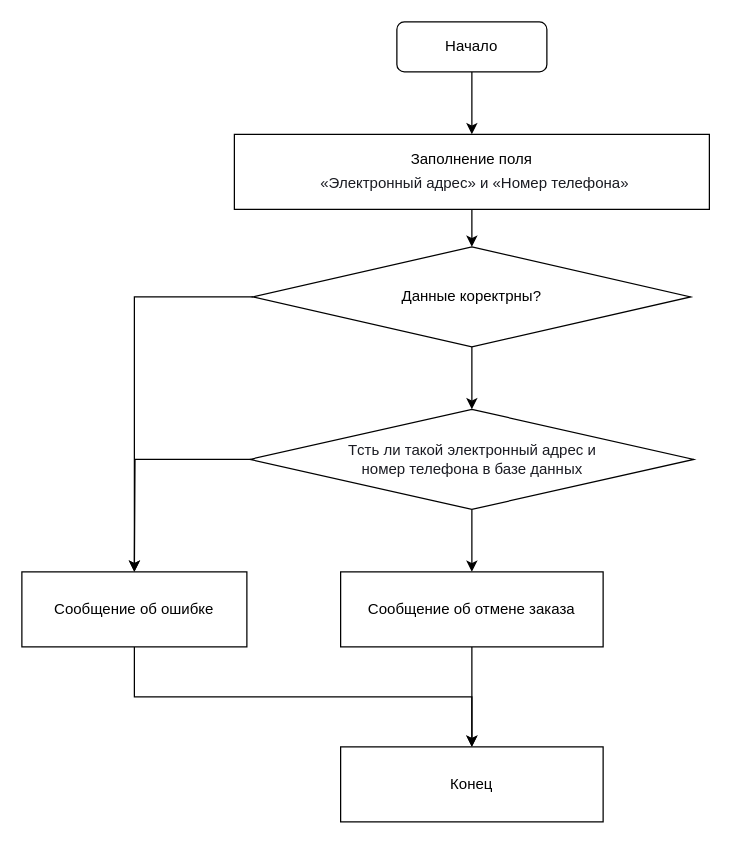
Earlier version of the draw.io diagram Спринт1/Тема5/Урок8/Задание 7.drawio (i190e/PracticumYandex). Source tidied: cells renumbered, new cells numbered last; positions are measured from the earlier drawing's top-left corner, leaving out a move shared by most shapes. Both pictures are drawn from the tidied source at 125%, with x=0, y=0 at pixel (21, 21).
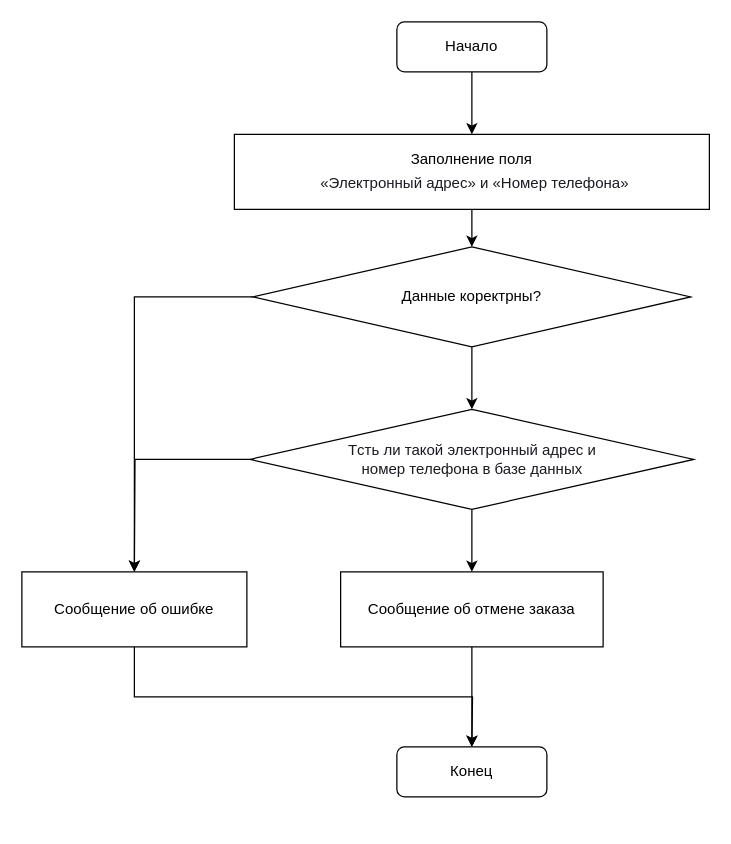
Above is the later version.

Change to the diagram source:
```diff
@@
 <mxGraphModel>
   <root>
     <mxCell id="0" />
     <mxCell id="1" parent="0" />
     <mxCell id="2" style="edgeStyle=orthogonalEdgeStyle;rounded=0;jettySize=auto;html=1;exitX=0.5;exitY=1;exitDx=0;exitDy=0;fontSize=12;" parent="1" edge="1" source="3" target="5">
       <mxGeometry relative="1" as="geometry" />
     </mxCell>
     <mxCell id="3" value="Начало" style="rounded=1;whiteSpace=wrap;html=1;fontSize=12;glass=0;strokeWidth=1;shadow=0;" parent="1" vertex="1">
       <mxGeometry x="300" width="120" height="40" as="geometry" />
     </mxCell>
     <mxCell id="4" style="edgeStyle=orthogonalEdgeStyle;rounded=0;jettySize=auto;html=1;exitX=0.5;exitY=1;exitDx=0;exitDy=0;entryX=0.5;entryY=0;entryDx=0;entryDy=0;fontSize=12;" parent="1" edge="1" source="5" target="8">
       <mxGeometry relative="1" as="geometry" />
     </mxCell>
     <mxCell id="5" value="Заполнение поля&lt;br&gt;&lt;span style=&quot;color: rgb(26, 27, 34); font-family: &amp;quot;YS Text&amp;quot;, Arial, Helvetica, sans-serif; font-size: 18px; text-align: start; background-color: rgb(255, 255, 255);&quot;&gt;&amp;nbsp;&lt;/span&gt;&lt;span style=&quot;color: rgb(26, 27, 34); font-family: &amp;quot;YS Text&amp;quot;, Arial, Helvetica, sans-serif; text-align: start; background-color: rgb(255, 255, 255);&quot;&gt;&lt;font style=&quot;font-size: 12px;&quot;&gt;«Электронный адрес» и «Номер телефона»&lt;/font&gt;&lt;/span&gt;" style="rounded=0;whiteSpace=wrap;html=1;" parent="1" vertex="1">
       <mxGeometry x="170" y="90" width="380" height="60" as="geometry" />
     </mxCell>
     <mxCell id="6" style="edgeStyle=orthogonalEdgeStyle;rounded=0;jettySize=auto;html=1;exitX=0.5;exitY=1;exitDx=0;exitDy=0;entryX=0.5;entryY=0;entryDx=0;entryDy=0;fontSize=12;" parent="1" edge="1" source="8" target="11">
       <mxGeometry relative="1" as="geometry" />
     </mxCell>
     <mxCell id="7" style="edgeStyle=orthogonalEdgeStyle;rounded=0;jettySize=auto;html=1;exitX=0;exitY=0.5;exitDx=0;exitDy=0;fontSize=12;" parent="1" edge="1" source="8" target="13">
       <mxGeometry relative="1" as="geometry" />
     </mxCell>
     <mxCell id="8" value="Данные коректрны?" style="rhombus;whiteSpace=wrap;html=1;fontSize=12;" parent="1" vertex="1">
       <mxGeometry x="185" y="180" width="350" height="80" as="geometry" />
     </mxCell>
     <mxCell id="9" style="edgeStyle=orthogonalEdgeStyle;rounded=0;jettySize=auto;html=1;exitX=0;exitY=0.5;exitDx=0;exitDy=0;fontSize=12;" parent="1" edge="1" source="11">
       <mxGeometry relative="1" as="geometry">
         <mxPoint x="90" y="440" as="targetPoint" />
       </mxGeometry>
     </mxCell>
     <mxCell id="10" style="edgeStyle=orthogonalEdgeStyle;rounded=0;jettySize=auto;html=1;exitX=0.5;exitY=1;exitDx=0;exitDy=0;entryX=0.5;entryY=0;entryDx=0;entryDy=0;fontSize=12;" parent="1" edge="1" source="11" target="15">
       <mxGeometry relative="1" as="geometry" />
     </mxCell>
     <mxCell id="11" value="&lt;span style=&quot;color: rgb(26, 27, 34); font-family: &amp;quot;YS Text&amp;quot;, Arial, Helvetica, sans-serif; text-align: left; background-color: rgb(255, 255, 255);&quot;&gt;&lt;font style=&quot;font-size: 12px;&quot;&gt;Tсть ли такой электронный адрес и &lt;br&gt;номер телефона в базе данных&lt;/font&gt;&lt;/span&gt;" style="rhombus;whiteSpace=wrap;html=1;fontSize=12;" parent="1" vertex="1">
       <mxGeometry x="182.5" y="310" width="355" height="80" as="geometry" />
     </mxCell>
-    <mxCell id="12" style="edgeStyle=orthogonalEdgeStyle;rounded=0;jettySize=auto;html=1;exitX=0.5;exitY=1;exitDx=0;exitDy=0;entryX=0.5;entryY=0;entryDx=0;entryDy=0;fontSize=12;" parent="1" edge="1" source="13" target="16">
-      <mxGeometry relative="1" as="geometry" />
+    <mxCell id="12" style="edgeStyle=orthogonalEdgeStyle;rounded=0;jettySize=auto;html=1;exitX=0.5;exitY=1;exitDx=0;exitDy=0;entryX=0.5;entryY=0;entryDx=0;entryDy=0;fontSize=12;" parent="1" edge="1" source="13">
+      <mxGeometry relative="1" as="geometry">
+        <mxPoint x="360" y="580" as="targetPoint" />
+      </mxGeometry>
     </mxCell>
     <mxCell id="13" value="Сообщение об ошибке" style="rounded=0;whiteSpace=wrap;html=1;fontSize=12;" parent="1" vertex="1">
       <mxGeometry y="440" width="180" height="60" as="geometry" />
     </mxCell>
     <mxCell id="14" style="edgeStyle=orthogonalEdgeStyle;rounded=0;jettySize=auto;html=1;exitX=0.5;exitY=1;exitDx=0;exitDy=0;fontSize=12;" parent="1" edge="1" source="15">
       <mxGeometry relative="1" as="geometry">
         <mxPoint x="360" y="580" as="targetPoint" />
       </mxGeometry>
     </mxCell>
     <mxCell id="15" value="Сообщение об отмене заказа" style="rounded=0;whiteSpace=wrap;html=1;fontSize=12;" parent="1" vertex="1">
       <mxGeometry x="255" y="440" width="210" height="60" as="geometry" />
     </mxCell>
-    <mxCell id="16" value="Конец" style="rounded=0;whiteSpace=wrap;html=1;fontSize=12;" parent="1" vertex="1">
-      <mxGeometry x="255" y="580" width="210" height="60" as="geometry" />
+    <mxCell id="16" value="Конец" style="rounded=1;whiteSpace=wrap;html=1;fontSize=12;glass=0;strokeWidth=1;shadow=0;" parent="1" vertex="1">
+      <mxGeometry x="300" y="580" width="120" height="40" as="geometry" />
     </mxCell>
   </root>
 </mxGraphModel>
```
